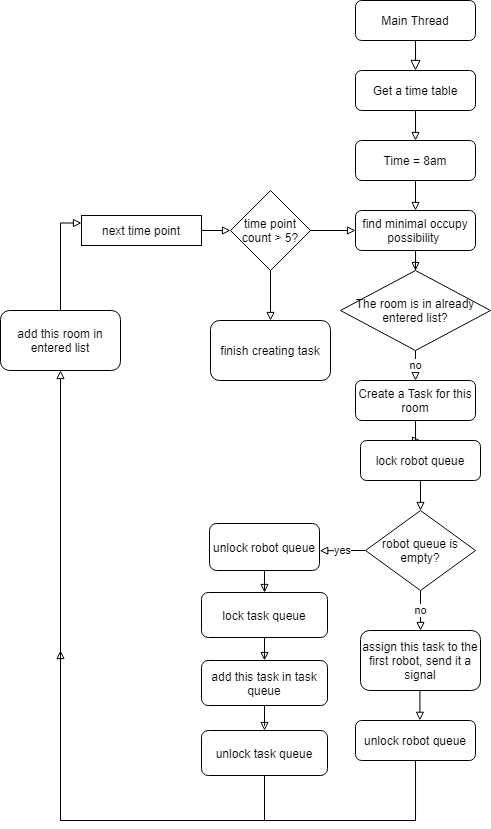
Before: image/scheduler.png, a diagram exported from draw.io (Forrest-Z/scheduler). Source tidied: cells renumbered, new cells last; positions are measured from the earlier drawing's top-left corner, leaving out a move shared by most shapes. The source it was exported from:
```xml
<mxGraphModel>
  <root>
    <mxCell id="0" />
    <mxCell id="1" parent="0" />
    <mxCell id="2" style="rounded=0;html=1;jettySize=auto;fontSize=11;endArrow=block;endFill=0;endSize=8;strokeWidth=1;shadow=0;labelBackgroundColor=none;edgeStyle=orthogonalEdgeStyle;" parent="1" edge="1" source="3" target="5">
      <mxGeometry relative="1" as="geometry" />
    </mxCell>
    <mxCell id="3" value="Main Thread" style="rounded=1;whiteSpace=wrap;html=1;fontSize=12;glass=0;strokeWidth=1;shadow=0;" parent="1" vertex="1">
      <mxGeometry x="355" width="120" height="40" as="geometry" />
    </mxCell>
    <mxCell id="4" style="edgeStyle=orthogonalEdgeStyle;rounded=0;jettySize=auto;html=1;exitX=0.5;exitY=1;exitDx=0;exitDy=0;endArrow=block;endFill=0;" parent="1" edge="1" source="5" target="7">
      <mxGeometry relative="1" as="geometry" />
    </mxCell>
    <mxCell id="5" value="Get a time table" style="rounded=1;whiteSpace=wrap;html=1;fontSize=12;glass=0;strokeWidth=1;shadow=0;" parent="1" vertex="1">
      <mxGeometry x="355" y="70" width="120" height="40" as="geometry" />
    </mxCell>
    <mxCell id="6" style="edgeStyle=orthogonalEdgeStyle;rounded=0;jettySize=auto;html=1;exitX=0.5;exitY=1;exitDx=0;exitDy=0;endArrow=block;endFill=0;" parent="1" edge="1" source="7">
      <mxGeometry relative="1" as="geometry">
        <mxPoint x="415" y="210" as="targetPoint" />
      </mxGeometry>
    </mxCell>
    <mxCell id="7" value="Time = 8am" style="rounded=1;whiteSpace=wrap;html=1;fontSize=12;glass=0;strokeWidth=1;shadow=0;" parent="1" vertex="1">
      <mxGeometry x="355" y="140" width="120" height="40" as="geometry" />
    </mxCell>
    <mxCell id="8" style="edgeStyle=orthogonalEdgeStyle;rounded=0;jettySize=auto;html=1;endArrow=block;endFill=0;" parent="1" edge="1" source="9" target="32">
      <mxGeometry relative="1" as="geometry" />
    </mxCell>
    <mxCell id="9" value="find minimal occupy possibility&amp;nbsp;" style="rounded=1;whiteSpace=wrap;html=1;fontSize=12;glass=0;strokeWidth=1;shadow=0;" parent="1" vertex="1">
      <mxGeometry x="355" y="210" width="120" height="40" as="geometry" />
    </mxCell>
    <mxCell id="10" style="edgeStyle=orthogonalEdgeStyle;rounded=0;jettySize=auto;html=1;endArrow=block;endFill=0;" parent="1" edge="1" source="11" target="20">
      <mxGeometry relative="1" as="geometry" />
    </mxCell>
    <mxCell id="11" value="Create a Task for this room" style="rounded=1;whiteSpace=wrap;html=1;" parent="1" vertex="1">
      <mxGeometry x="355" y="380" width="120" height="40" as="geometry" />
    </mxCell>
    <mxCell id="12" value="no" style="edgeStyle=orthogonalEdgeStyle;rounded=0;jettySize=auto;html=1;endArrow=block;endFill=0;" parent="1" edge="1" source="14" target="16">
      <mxGeometry relative="1" as="geometry" />
    </mxCell>
    <mxCell id="13" value="yes" style="edgeStyle=orthogonalEdgeStyle;rounded=0;jettySize=auto;html=1;exitX=0;exitY=0.5;exitDx=0;exitDy=0;entryX=1.002;entryY=0.579;entryDx=0;entryDy=0;endArrow=block;endFill=0;entryPerimeter=0;" parent="1" edge="1" source="14" target="24">
      <mxGeometry relative="1" as="geometry" />
    </mxCell>
    <mxCell id="14" value="robot queue is empty?" style="rhombus;whiteSpace=wrap;html=1;" parent="1" vertex="1">
      <mxGeometry x="365" y="510" width="110" height="80" as="geometry" />
    </mxCell>
    <mxCell id="15" style="edgeStyle=orthogonalEdgeStyle;rounded=0;jettySize=auto;html=1;exitX=0.5;exitY=1;exitDx=0;exitDy=0;entryX=0.537;entryY=-0.004;entryDx=0;entryDy=0;entryPerimeter=0;endArrow=block;endFill=0;" parent="1" edge="1" source="16" target="22">
      <mxGeometry relative="1" as="geometry" />
    </mxCell>
    <mxCell id="16" value="assign this task to the first robot, send it a signal" style="rounded=1;whiteSpace=wrap;html=1;" parent="1" vertex="1">
      <mxGeometry x="360" y="630" width="120" height="60" as="geometry" />
    </mxCell>
    <mxCell id="17" style="edgeStyle=orthogonalEdgeStyle;rounded=0;jettySize=auto;html=1;entryX=0.5;entryY=0;entryDx=0;entryDy=0;endArrow=block;endFill=0;" parent="1" edge="1" source="18" target="26">
      <mxGeometry relative="1" as="geometry" />
    </mxCell>
    <mxCell id="18" value="add this task in task queue" style="rounded=1;whiteSpace=wrap;html=1;" parent="1" vertex="1">
      <mxGeometry x="201" y="660" width="126" height="45" as="geometry" />
    </mxCell>
    <mxCell id="19" style="edgeStyle=orthogonalEdgeStyle;rounded=0;jettySize=auto;html=1;entryX=0.5;entryY=0;entryDx=0;entryDy=0;endArrow=block;endFill=0;" parent="1" edge="1" source="20" target="14">
      <mxGeometry relative="1" as="geometry" />
    </mxCell>
    <mxCell id="20" value="lock robot queue" style="rounded=1;whiteSpace=wrap;html=1;" parent="1" vertex="1">
      <mxGeometry x="360" y="440" width="120" height="40" as="geometry" />
    </mxCell>
    <mxCell id="21" style="edgeStyle=orthogonalEdgeStyle;rounded=0;jettySize=auto;html=1;endArrow=block;endFill=0;entryX=0.5;entryY=1;entryDx=0;entryDy=0;" parent="1" edge="1" source="22" target="30">
      <mxGeometry relative="1" as="geometry">
        <Array as="points">
          <mxPoint x="415" y="820" />
          <mxPoint x="60" y="820" />
        </Array>
      </mxGeometry>
    </mxCell>
    <mxCell id="22" value="unlock robot queue" style="rounded=1;whiteSpace=wrap;html=1;" parent="1" vertex="1">
      <mxGeometry x="355" y="720" width="120" height="40" as="geometry" />
    </mxCell>
    <mxCell id="23" style="edgeStyle=orthogonalEdgeStyle;rounded=0;jettySize=auto;html=1;endArrow=block;endFill=0;" parent="1" edge="1" source="24" target="28">
      <mxGeometry relative="1" as="geometry" />
    </mxCell>
    <mxCell id="24" value="unlock robot queue" style="rounded=1;whiteSpace=wrap;html=1;" parent="1" vertex="1">
      <mxGeometry x="209" y="523" width="110" height="47" as="geometry" />
    </mxCell>
    <mxCell id="25" style="edgeStyle=orthogonalEdgeStyle;rounded=0;jettySize=auto;html=1;endArrow=block;endFill=0;" parent="1" edge="1" source="26">
      <mxGeometry relative="1" as="geometry">
        <mxPoint x="60" y="650" as="targetPoint" />
        <Array as="points">
          <mxPoint x="264" y="820" />
          <mxPoint x="60" y="820" />
          <mxPoint x="60" y="690" />
        </Array>
      </mxGeometry>
    </mxCell>
    <mxCell id="26" value="unlock task queue" style="rounded=1;whiteSpace=wrap;html=1;" parent="1" vertex="1">
      <mxGeometry x="201" y="730" width="126" height="45" as="geometry" />
    </mxCell>
    <mxCell id="27" style="edgeStyle=orthogonalEdgeStyle;rounded=0;jettySize=auto;html=1;entryX=0.5;entryY=0;entryDx=0;entryDy=0;endArrow=block;endFill=0;" parent="1" edge="1" source="28" target="18">
      <mxGeometry relative="1" as="geometry" />
    </mxCell>
    <mxCell id="28" value="lock task queue" style="rounded=1;whiteSpace=wrap;html=1;" parent="1" vertex="1">
      <mxGeometry x="201" y="592" width="126" height="45" as="geometry" />
    </mxCell>
    <mxCell id="29" style="edgeStyle=orthogonalEdgeStyle;rounded=0;jettySize=auto;html=1;endArrow=block;endFill=0;entryX=0;entryY=0.25;entryDx=0;entryDy=0;" parent="1" edge="1" source="30" target="37">
      <mxGeometry relative="1" as="geometry" />
    </mxCell>
    <mxCell id="30" value="add this room in entered list" style="rounded=1;whiteSpace=wrap;html=1;" parent="1" vertex="1">
      <mxGeometry y="310" width="120" height="60" as="geometry" />
    </mxCell>
    <mxCell id="31" value="no" style="edgeStyle=orthogonalEdgeStyle;rounded=0;jettySize=auto;html=1;endArrow=block;endFill=0;" parent="1" edge="1" source="32" target="11">
      <mxGeometry relative="1" as="geometry" />
    </mxCell>
    <mxCell id="32" value="The room is in already entered list?" style="rhombus;whiteSpace=wrap;html=1;" parent="1" vertex="1">
      <mxGeometry x="340" y="270" width="150" height="80" as="geometry" />
    </mxCell>
    <mxCell id="33" style="edgeStyle=orthogonalEdgeStyle;rounded=0;jettySize=auto;html=1;exitX=1;exitY=0.5;exitDx=0;exitDy=0;endArrow=block;endFill=0;" parent="1" edge="1" source="35" target="9">
      <mxGeometry relative="1" as="geometry" />
    </mxCell>
    <mxCell id="34" style="edgeStyle=orthogonalEdgeStyle;rounded=0;jettySize=auto;html=1;endArrow=block;endFill=0;" parent="1" edge="1" source="35" target="38">
      <mxGeometry relative="1" as="geometry" />
    </mxCell>
    <mxCell id="35" value="time point count &amp;gt; 5?" style="rhombus;whiteSpace=wrap;html=1;" parent="1" vertex="1">
      <mxGeometry x="230" y="190" width="80" height="80" as="geometry" />
    </mxCell>
    <mxCell id="36" style="edgeStyle=orthogonalEdgeStyle;rounded=0;jettySize=auto;html=1;endArrow=block;endFill=0;" parent="1" edge="1" source="37" target="35">
      <mxGeometry relative="1" as="geometry" />
    </mxCell>
    <mxCell id="37" value="next time point" style="rounded=0;whiteSpace=wrap;html=1;" parent="1" vertex="1">
      <mxGeometry x="81" y="215" width="120" height="30" as="geometry" />
    </mxCell>
    <mxCell id="38" value="finish creating task" style="rounded=1;whiteSpace=wrap;html=1;" parent="1" vertex="1">
      <mxGeometry x="210" y="320" width="120" height="60" as="geometry" />
    </mxCell>
  </root>
</mxGraphModel>
```
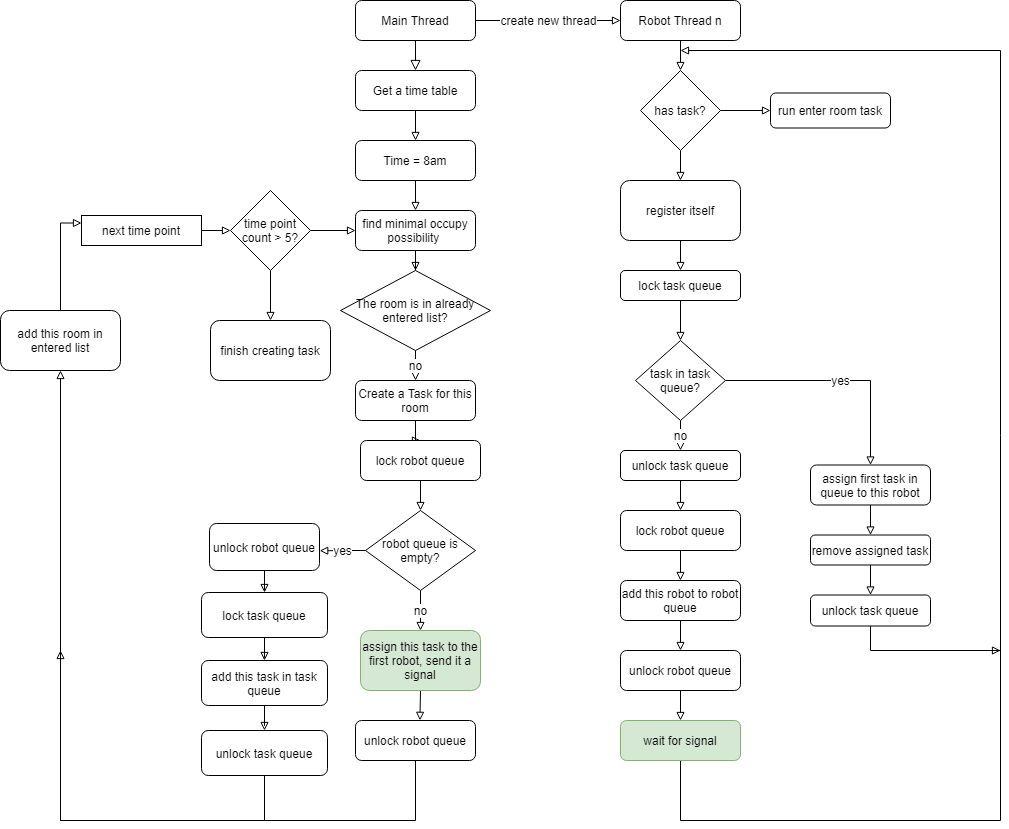
Above is the later version.

Diff of the diagram source:
```diff
@@ -5,6 +5,9 @@
     <mxCell id="2" style="rounded=0;html=1;jettySize=auto;fontSize=11;endArrow=block;endFill=0;endSize=8;strokeWidth=1;shadow=0;labelBackgroundColor=none;edgeStyle=orthogonalEdgeStyle;" parent="1" edge="1" source="3" target="5">
       <mxGeometry relative="1" as="geometry" />
     </mxCell>
+    <mxCell id="39" value="create new thread" style="edgeStyle=orthogonalEdgeStyle;rounded=0;jettySize=auto;html=1;endArrow=block;endFill=0;" parent="1" edge="1" source="3" target="41">
+      <mxGeometry relative="1" as="geometry" />
+    </mxCell>
     <mxCell id="3" value="Main Thread" style="rounded=1;whiteSpace=wrap;html=1;fontSize=12;glass=0;strokeWidth=1;shadow=0;" parent="1" vertex="1">
       <mxGeometry x="355" width="120" height="40" as="geometry" />
     </mxCell>
@@ -46,7 +49,7 @@
     <mxCell id="15" style="edgeStyle=orthogonalEdgeStyle;rounded=0;jettySize=auto;html=1;exitX=0.5;exitY=1;exitDx=0;exitDy=0;entryX=0.537;entryY=-0.004;entryDx=0;entryDy=0;entryPerimeter=0;endArrow=block;endFill=0;" parent="1" edge="1" source="16" target="22">
       <mxGeometry relative="1" as="geometry" />
     </mxCell>
-    <mxCell id="16" value="assign this task to the first robot, send it a signal" style="rounded=1;whiteSpace=wrap;html=1;" parent="1" vertex="1">
+    <mxCell id="16" value="assign this task to the first robot, send it a signal" style="rounded=1;whiteSpace=wrap;html=1;fillColor=#d5e8d4;strokeColor=#82b366;" parent="1" vertex="1">
       <mxGeometry x="360" y="630" width="120" height="60" as="geometry" />
     </mxCell>
     <mxCell id="17" style="edgeStyle=orthogonalEdgeStyle;rounded=0;jettySize=auto;html=1;entryX=0.5;entryY=0;entryDx=0;entryDy=0;endArrow=block;endFill=0;" parent="1" edge="1" source="18" target="26">
@@ -127,5 +130,106 @@
     <mxCell id="38" value="finish creating task" style="rounded=1;whiteSpace=wrap;html=1;" parent="1" vertex="1">
       <mxGeometry x="210" y="320" width="120" height="60" as="geometry" />
     </mxCell>
+    <mxCell id="40" style="edgeStyle=orthogonalEdgeStyle;rounded=0;jettySize=auto;html=1;endArrow=block;endFill=0;" parent="1" edge="1" source="41" target="44">
+      <mxGeometry relative="1" as="geometry" />
+    </mxCell>
+    <mxCell id="41" value="Robot Thread n" style="rounded=1;whiteSpace=wrap;html=1;" parent="1" vertex="1">
+      <mxGeometry x="620" width="120" height="40" as="geometry" />
+    </mxCell>
+    <mxCell id="42" style="edgeStyle=orthogonalEdgeStyle;rounded=0;jettySize=auto;html=1;endArrow=block;endFill=0;" parent="1" edge="1" source="44" target="45">
+      <mxGeometry relative="1" as="geometry" />
+    </mxCell>
+    <mxCell id="43" style="edgeStyle=orthogonalEdgeStyle;rounded=0;jettySize=auto;html=1;entryX=0.5;entryY=0;entryDx=0;entryDy=0;endArrow=block;endFill=0;" parent="1" edge="1" source="44" target="47">
+      <mxGeometry relative="1" as="geometry" />
+    </mxCell>
+    <mxCell id="44" value="has task?" style="rhombus;whiteSpace=wrap;html=1;" parent="1" vertex="1">
+      <mxGeometry x="640" y="70" width="80" height="80" as="geometry" />
+    </mxCell>
+    <mxCell id="45" value="run enter room task" style="rounded=1;whiteSpace=wrap;html=1;" parent="1" vertex="1">
+      <mxGeometry x="770" y="92.5" width="120" height="35" as="geometry" />
+    </mxCell>
+    <mxCell id="46" style="edgeStyle=orthogonalEdgeStyle;rounded=0;jettySize=auto;html=1;endArrow=block;endFill=0;" parent="1" edge="1" source="47" target="58">
+      <mxGeometry relative="1" as="geometry" />
+    </mxCell>
+    <mxCell id="47" value="register itself" style="rounded=1;whiteSpace=wrap;html=1;" parent="1" vertex="1">
+      <mxGeometry x="620" y="180" width="120" height="60" as="geometry" />
+    </mxCell>
+    <mxCell id="48" value="no" style="edgeStyle=orthogonalEdgeStyle;rounded=0;jettySize=auto;html=1;endArrow=block;endFill=0;entryX=0.5;entryY=0;entryDx=0;entryDy=0;exitX=0.5;exitY=1;exitDx=0;exitDy=0;" parent="1" edge="1" source="50" target="63">
+      <mxGeometry relative="1" as="geometry" />
+    </mxCell>
+    <mxCell id="49" value="yes" style="edgeStyle=orthogonalEdgeStyle;rounded=0;jettySize=auto;html=1;endArrow=block;endFill=0;" parent="1" edge="1" source="50" target="54">
+      <mxGeometry relative="1" as="geometry" />
+    </mxCell>
+    <mxCell id="50" value="task in task queue?" style="rhombus;whiteSpace=wrap;html=1;" parent="1" vertex="1">
+      <mxGeometry x="635" y="340" width="90" height="80" as="geometry" />
+    </mxCell>
+    <mxCell id="51" style="edgeStyle=orthogonalEdgeStyle;rounded=0;jettySize=auto;html=1;endArrow=block;endFill=0;" parent="1" edge="1" source="52" target="56">
+      <mxGeometry relative="1" as="geometry" />
+    </mxCell>
+    <mxCell id="52" value="lock robot queue" style="rounded=1;whiteSpace=wrap;html=1;" parent="1" vertex="1">
+      <mxGeometry x="620" y="510" width="120" height="40" as="geometry" />
+    </mxCell>
+    <mxCell id="53" style="edgeStyle=orthogonalEdgeStyle;rounded=0;jettySize=auto;html=1;endArrow=block;endFill=0;" parent="1" edge="1" source="54" target="67">
+      <mxGeometry relative="1" as="geometry" />
+    </mxCell>
+    <mxCell id="54" value="assign first task in queue to this robot" style="rounded=1;whiteSpace=wrap;html=1;" parent="1" vertex="1">
+      <mxGeometry x="810" y="464.5" width="120" height="40" as="geometry" />
+    </mxCell>
+    <mxCell id="55" style="edgeStyle=orthogonalEdgeStyle;rounded=0;jettySize=auto;html=1;exitX=0.5;exitY=1;exitDx=0;exitDy=0;endArrow=block;endFill=0;" parent="1" edge="1" source="56" target="61">
+      <mxGeometry relative="1" as="geometry" />
+    </mxCell>
+    <mxCell id="56" value="&lt;span style=&quot;white-space: normal&quot;&gt;add this robot to robot queue&lt;/span&gt;" style="rounded=1;whiteSpace=wrap;html=1;" parent="1" vertex="1">
+      <mxGeometry x="620" y="580" width="120" height="40" as="geometry" />
+    </mxCell>
+    <mxCell id="57" style="edgeStyle=orthogonalEdgeStyle;rounded=0;jettySize=auto;html=1;endArrow=block;endFill=0;" parent="1" edge="1" source="58" target="50">
+      <mxGeometry relative="1" as="geometry" />
+    </mxCell>
+    <mxCell id="58" value="lock task queue" style="rounded=1;whiteSpace=wrap;html=1;" parent="1" vertex="1">
+      <mxGeometry x="620" y="270" width="120" height="30" as="geometry" />
+    </mxCell>
+    <mxCell id="59" style="edgeStyle=orthogonalEdgeStyle;rounded=0;orthogonalLoop=1;jettySize=auto;html=1;endArrow=block;endFill=0;" parent="1" edge="1">
+      <mxGeometry relative="1" as="geometry">
+        <mxPoint x="680" y="750" as="sourcePoint" />
+        <mxPoint x="680" y="50" as="targetPoint" />
+        <Array as="points">
+          <mxPoint x="680" y="820" />
+          <mxPoint x="1000" y="820" />
+          <mxPoint x="1000" y="50" />
+        </Array>
+      </mxGeometry>
+    </mxCell>
+    <mxCell id="60" style="edgeStyle=orthogonalEdgeStyle;rounded=0;jettySize=auto;html=1;endArrow=block;endFill=0;" parent="1" edge="1" source="61" target="68">
+      <mxGeometry relative="1" as="geometry" />
+    </mxCell>
+    <mxCell id="61" value="unlock robot queue" style="rounded=1;whiteSpace=wrap;html=1;" parent="1" vertex="1">
+      <mxGeometry x="620" y="650" width="120" height="40" as="geometry" />
+    </mxCell>
+    <mxCell id="62" style="edgeStyle=orthogonalEdgeStyle;rounded=0;jettySize=auto;html=1;endArrow=block;endFill=0;" parent="1" edge="1" source="63" target="52">
+      <mxGeometry relative="1" as="geometry" />
+    </mxCell>
+    <mxCell id="63" value="unlock task queue" style="rounded=1;whiteSpace=wrap;html=1;" parent="1" vertex="1">
+      <mxGeometry x="620" y="450" width="120" height="30" as="geometry" />
+    </mxCell>
+    <mxCell id="64" style="edgeStyle=orthogonalEdgeStyle;rounded=0;jettySize=auto;html=1;endArrow=block;endFill=0;" parent="1" edge="1" source="65">
+      <mxGeometry relative="1" as="geometry">
+        <mxPoint x="1000" y="650" as="targetPoint" />
+        <Array as="points">
+          <mxPoint x="870" y="650" />
+          <mxPoint x="1000" y="650" />
+        </Array>
+      </mxGeometry>
+    </mxCell>
+    <mxCell id="65" value="unlock task queue" style="rounded=1;whiteSpace=wrap;html=1;" parent="1" vertex="1">
+      <mxGeometry x="810" y="594.5" width="120" height="31" as="geometry" />
+    </mxCell>
+    <mxCell id="66" style="edgeStyle=orthogonalEdgeStyle;rounded=0;jettySize=auto;html=1;endArrow=block;endFill=0;" parent="1" edge="1" source="67" target="65">
+      <mxGeometry relative="1" as="geometry" />
+    </mxCell>
+    <mxCell id="67" value="remove assigned task" style="rounded=1;whiteSpace=wrap;html=1;" parent="1" vertex="1">
+      <mxGeometry x="810" y="534.5" width="120" height="30" as="geometry" />
+    </mxCell>
+    <mxCell id="68" value="wait for signal" style="rounded=1;whiteSpace=wrap;html=1;fillColor=#d5e8d4;strokeColor=#82b366;" parent="1" vertex="1">
+      <mxGeometry x="620" y="720" width="120" height="40" as="geometry" />
+    </mxCell>
   </root>
 </mxGraphModel>
```
